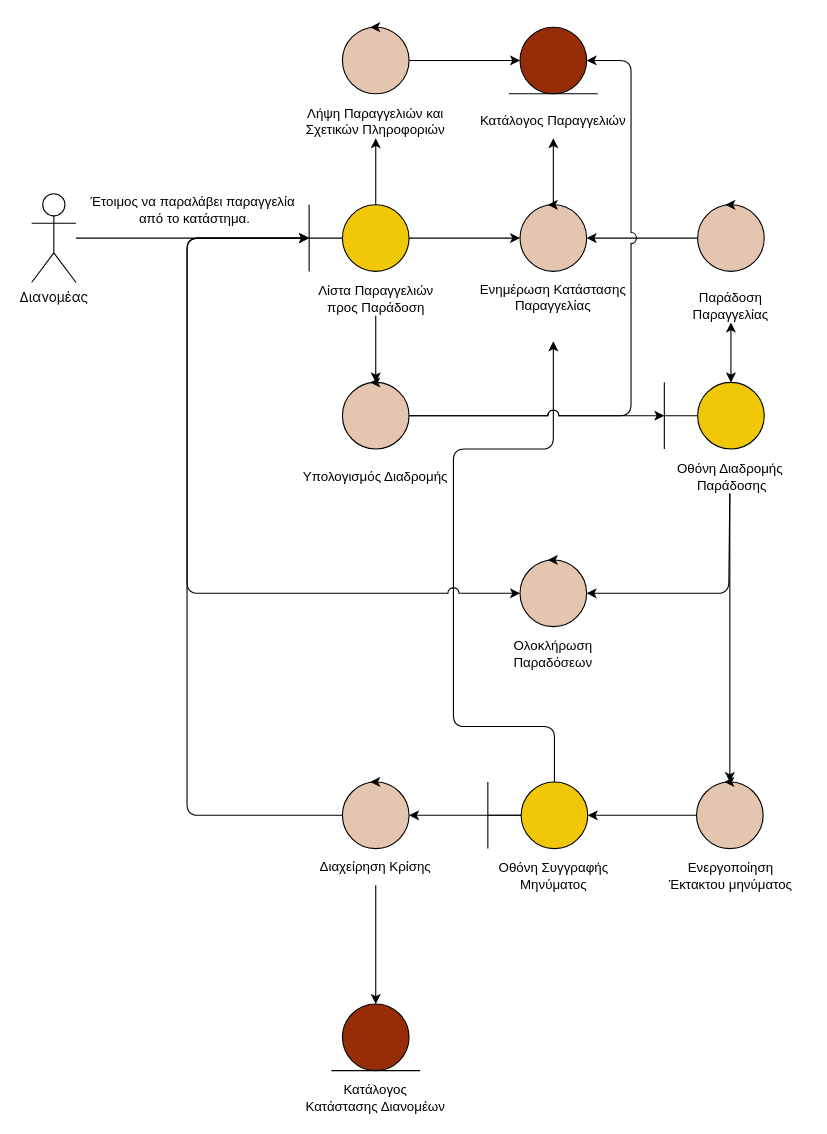
Before: docs/contributions/iloudaros/Diagrams/Delivery Robustnes/Delivery Robustness.drawio in iloudaros/nomnomr, a draw.io diagram. Source tidied: cells renumbered, new cells numbered last; positions are measured from the earlier drawing's top-left corner, leaving out a move shared by most shapes. Both pictures are drawn from the tidied source at 111%, with x=0, y=0 at pixel (31, 27).
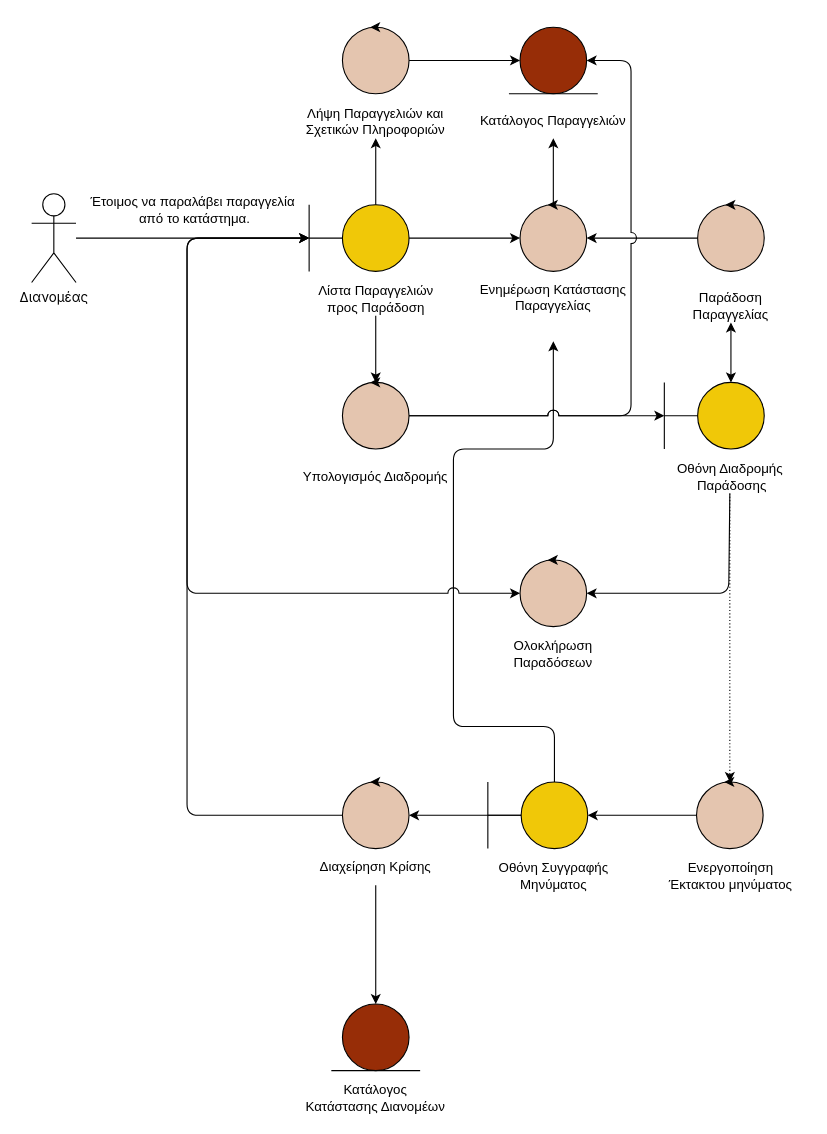
Above is the later version.

Commit message (it also covers changes not shown here):
Restaurant Robustness

Unchanged cells that the change refers to:
```xml
<mxCell id="19" value="Οθόνη Διαδρομής&lt;br&gt;&amp;nbsp;Παράδοσης" style="text;html=1;align=center;verticalAlign=middle;points=[];strokeColor=none;fillColor=none;" parent="18" vertex="1">
  <mxGeometry x="-1" y="110" width="120" height="30" as="geometry" />
</mxCell>
<mxCell id="53" style="ellipse;whiteSpace=wrap;html=1;fillColor=#E4C5AF;" parent="52" vertex="1">
  <mxGeometry width="60" height="60" as="geometry" />
</mxCell>
```

The edit, as a diff of the source:
```diff
@@
-    <mxCell id="75" style="edgeStyle=orthogonalEdgeStyle;rounded=1;sketch=0;jumpStyle=arc;jumpSize=10;jettySize=auto;html=1;entryX=0.5;entryY=0;entryDx=0;entryDy=0;startArrow=none;startFill=0;targetPerimeterSpacing=0;" parent="1" edge="1" source="19" target="53">
+    <mxCell id="75" style="edgeStyle=orthogonalEdgeStyle;rounded=1;sketch=0;jumpStyle=arc;jumpSize=10;jettySize=auto;html=1;entryX=0.5;entryY=0;entryDx=0;entryDy=0;startArrow=none;startFill=0;targetPerimeterSpacing=0;dashed=1;dashPattern=1 2;" parent="1" edge="1" source="19" target="53">
       <mxGeometry relative="1" as="geometry" />
     </mxCell>
```
